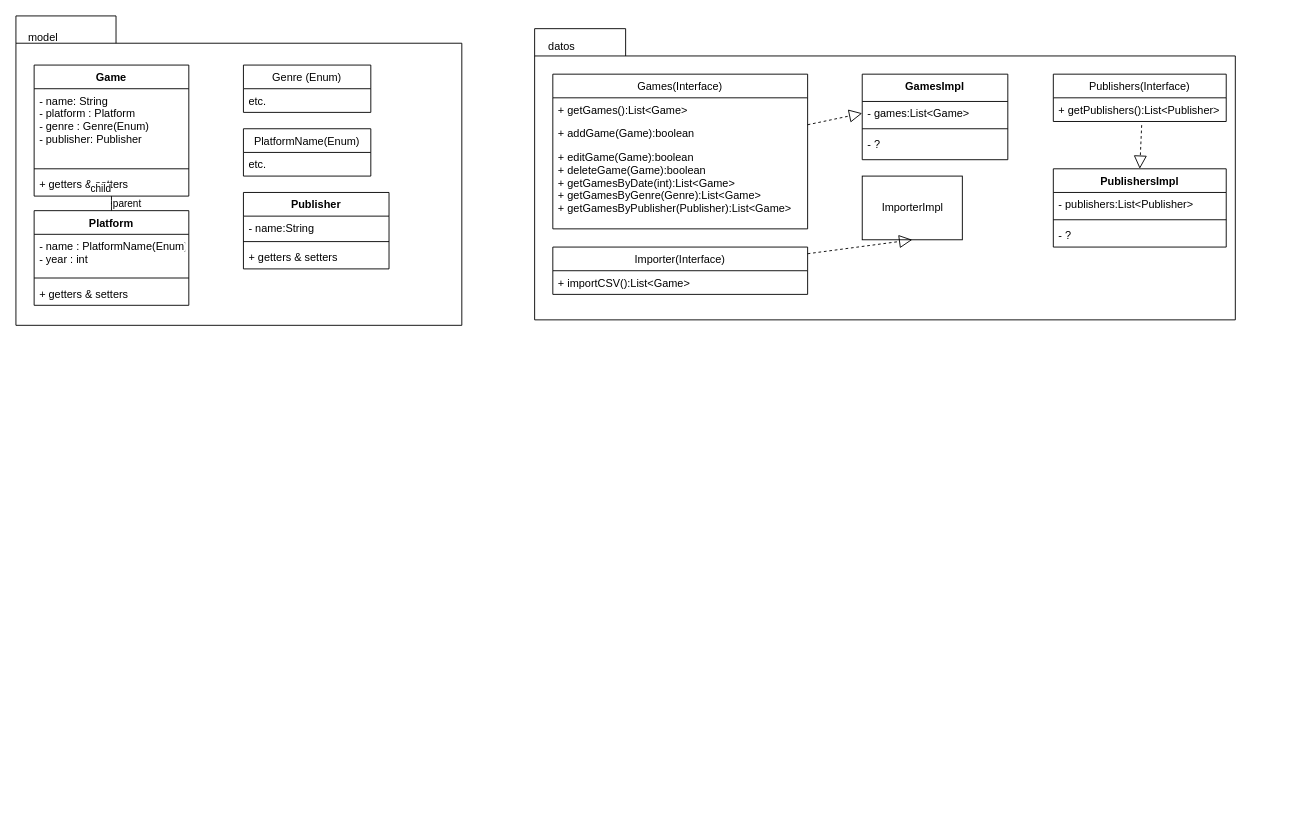
Before: LucaSteam.drawio in jmarqo/jenkinsTest, a draw.io diagram. Source tidied: cells renumbered, new cells numbered last; positions are measured from the earlier drawing's top-left corner, leaving out a move shared by most shapes. Both pictures are drawn from the tidied source at 91%, with x=0, y=0 at pixel (15, 15).
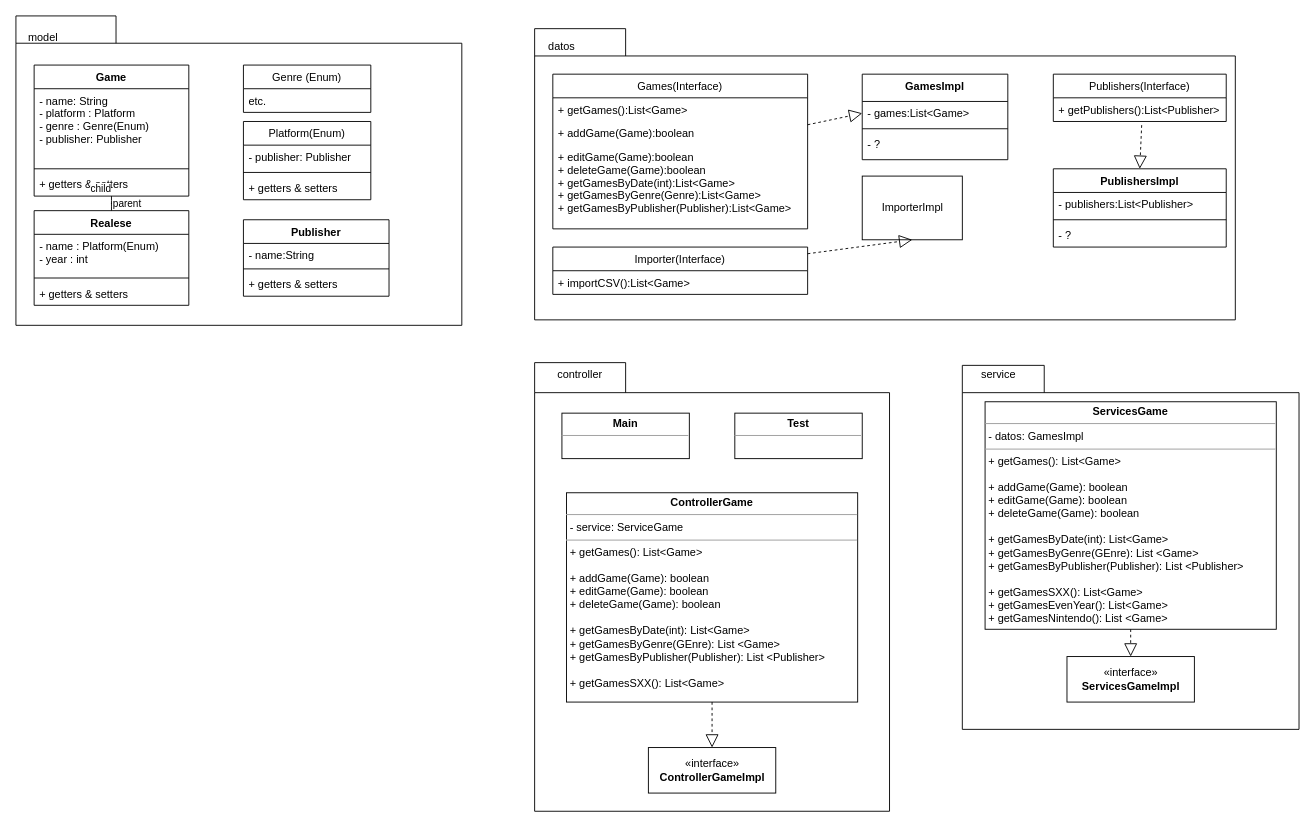
After the change.

Diff of the diagram source:
```diff
@@
-    <mxCell id="8" value="Platform" style="swimlane;fontStyle=1;align=center;verticalAlign=top;horizontal=1;startSize=26;" parent="1" vertex="1">
+    <mxCell id="8" value="Realese" style="swimlane;fontStyle=1;align=center;verticalAlign=top;horizontal=1;startSize=26;" parent="1" vertex="1">
       <mxGeometry x="20" y="214" width="170" height="104" as="geometry" />
     </mxCell>
-    <mxCell id="9" value="- name : PlatformName(Enum)&#10;- year : int" style="text;strokeColor=none;fillColor=none;align=left;verticalAlign=top;spacingLeft=4;spacingRight=4;overflow=hidden;" parent="8" vertex="1">
+    <mxCell id="9" value="- name : Platform(Enum)&#10;- year : int" style="text;strokeColor=none;fillColor=none;align=left;verticalAlign=top;spacingLeft=4;spacingRight=4;overflow=hidden;" parent="8" vertex="1">
       <mxGeometry y="26" width="170" height="44" as="geometry" />
     </mxCell>
@@
-    <mxCell id="14" value="PlatformName(Enum)" style="swimlane;fontStyle=0;horizontal=1;startSize=26;fillColor=none;" parent="1" vertex="1">
-      <mxGeometry x="250" y="124" width="140" height="52" as="geometry" />
+    <mxCell id="14" value="Platform(Enum)" style="swimlane;fontStyle=0;horizontal=1;startSize=26;fillColor=none;" parent="1" vertex="1">
+      <mxGeometry x="250" y="116" width="140" height="86" as="geometry" />
     </mxCell>
-    <mxCell id="15" value="etc." style="text;strokeColor=none;fillColor=none;align=left;verticalAlign=top;spacingLeft=4;spacingRight=4;overflow=hidden;" parent="14" vertex="1">
+    <mxCell id="15" value="- publisher: Publisher" style="text;strokeColor=none;fillColor=none;align=left;verticalAlign=top;spacingLeft=4;spacingRight=4;overflow=hidden;" parent="14" vertex="1">
       <mxGeometry y="26" width="140" height="26" as="geometry" />
     </mxCell>
+    <mxCell id="45" style="line;strokeWidth=1;fillColor=none;align=left;verticalAlign=middle;spacingTop=-1;spacingLeft=3;spacingRight=3;labelPosition=right;" parent="14" vertex="1">
+      <mxGeometry y="52" width="140" height="8" as="geometry" />
+    </mxCell>
+    <mxCell id="46" value="+ getters &amp; setters" style="text;strokeColor=none;fillColor=none;align=left;verticalAlign=top;spacingLeft=4;spacingRight=4;overflow=hidden;" parent="14" vertex="1">
+      <mxGeometry y="60" width="140" height="26" as="geometry" />
+    </mxCell>
@@
     <mxCell id="41" value="Publisher" style="swimlane;fontStyle=1;align=center;verticalAlign=top;horizontal=1;startSize=26;" parent="1" vertex="1">
-      <mxGeometry x="250" y="194" width="160" height="84" as="geometry" />
+      <mxGeometry x="250" y="224" width="160" height="84" as="geometry" />
     </mxCell>
@@
+    <mxCell id="47" style="shape=folder;fontStyle=1;spacingTop=10;tabWidth=100;tabHeight=33;tabPosition=left;html=1;" parent="1" vertex="1">
+      <mxGeometry x="570" y="381" width="390" height="493" as="geometry" />
+    </mxCell>
+    <mxCell id="48" value="controller" style="text;html=1;strokeColor=none;fillColor=none;align=center;verticalAlign=middle;whiteSpace=wrap;rounded=0;" parent="1" vertex="1">
+      <mxGeometry x="600" y="384" width="40" height="20" as="geometry" />
+    </mxCell>
+    <mxCell id="49" value="&lt;p style=&quot;margin: 0px ; margin-top: 4px ; text-align: center&quot;&gt;&lt;b&gt;Main&lt;/b&gt;&lt;/p&gt;&lt;hr size=&quot;1&quot;&gt;&lt;div style=&quot;height: 2px&quot;&gt;&lt;/div&gt;" style="verticalAlign=top;align=left;overflow=fill;fontSize=12;fontFamily=Helvetica;html=1;" parent="1" vertex="1">
+      <mxGeometry x="600" y="436.5" width="140" height="50" as="geometry" />
+    </mxCell>
+    <mxCell id="50" value="&lt;p style=&quot;margin: 0px ; margin-top: 4px ; text-align: center&quot;&gt;&lt;b&gt;Test&lt;/b&gt;&lt;/p&gt;&lt;hr size=&quot;1&quot;&gt;&lt;div style=&quot;height: 2px&quot;&gt;&lt;/div&gt;" style="verticalAlign=top;align=left;overflow=fill;fontSize=12;fontFamily=Helvetica;html=1;" parent="1" vertex="1">
+      <mxGeometry x="790" y="436.5" width="140" height="50" as="geometry" />
+    </mxCell>
+    <mxCell id="51" value="&lt;p style=&quot;margin: 0px ; margin-top: 4px ; text-align: center&quot;&gt;&lt;b&gt;ControllerGame&lt;/b&gt;&lt;/p&gt;&lt;hr size=&quot;1&quot;&gt;&lt;p style=&quot;margin: 0px ; margin-left: 4px&quot;&gt;- service: ServiceGame&lt;/p&gt;&lt;hr size=&quot;1&quot;&gt;&lt;p style=&quot;margin: 0px ; margin-left: 4px&quot;&gt;+ getGames(): List&amp;lt;Game&amp;gt;&lt;/p&gt;&lt;p style=&quot;margin: 0px ; margin-left: 4px&quot;&gt;&lt;br&gt;&lt;/p&gt;&lt;p style=&quot;margin: 0px ; margin-left: 4px&quot;&gt;+ addGame(Game): boolean&lt;/p&gt;&lt;p style=&quot;margin: 0px ; margin-left: 4px&quot;&gt;+ editGame(Game): boolean&lt;/p&gt;&lt;p style=&quot;margin: 0px ; margin-left: 4px&quot;&gt;+ deleteGame(Game): boolean&lt;/p&gt;&lt;p style=&quot;margin: 0px ; margin-left: 4px&quot;&gt;&lt;br&gt;&lt;/p&gt;&lt;p style=&quot;margin: 0px ; margin-left: 4px&quot;&gt;+ getGamesByDate(int): List&amp;lt;Game&amp;gt;&lt;/p&gt;&lt;p style=&quot;margin: 0px ; margin-left: 4px&quot;&gt;+ getGamesByGenre(GEnre): List &amp;lt;Game&amp;gt;&lt;/p&gt;&lt;p style=&quot;margin: 0px ; margin-left: 4px&quot;&gt;+ getGamesByPublisher(Publisher): List &amp;lt;Publisher&amp;gt;&lt;/p&gt;&lt;p style=&quot;margin: 0px ; margin-left: 4px&quot;&gt;&lt;br&gt;&lt;/p&gt;&lt;p style=&quot;margin: 0px ; margin-left: 4px&quot;&gt;+ getGamesSXX(): List&amp;lt;Game&amp;gt;&lt;/p&gt;" style="verticalAlign=top;align=left;overflow=fill;fontSize=12;fontFamily=Helvetica;html=1;" parent="1" vertex="1">
+      <mxGeometry x="605" y="524" width="320" height="230" as="geometry" />
+    </mxCell>
+    <mxCell id="52" style="shape=folder;fontStyle=1;spacingTop=10;tabWidth=90;tabHeight=30;tabPosition=left;html=1;" parent="1" vertex="1">
+      <mxGeometry x="1040" y="384" width="370" height="400" as="geometry" />
+    </mxCell>
+    <mxCell id="53" value="service" style="text;html=1;strokeColor=none;fillColor=none;align=center;verticalAlign=middle;whiteSpace=wrap;rounded=0;" parent="1" vertex="1">
+      <mxGeometry x="1060" y="384" width="40" height="20" as="geometry" />
+    </mxCell>
+    <mxCell id="54" value="&lt;p style=&quot;margin: 0px ; margin-top: 4px ; text-align: center&quot;&gt;&lt;b&gt;ServicesGame&lt;/b&gt;&lt;/p&gt;&lt;hr size=&quot;1&quot;&gt;&lt;p style=&quot;margin: 0px ; margin-left: 4px&quot;&gt;- datos: GamesImpl&lt;/p&gt;&lt;hr size=&quot;1&quot;&gt;&lt;p style=&quot;margin: 0px ; margin-left: 4px&quot;&gt;+ getGames(): List&amp;lt;Game&amp;gt;&lt;/p&gt;&lt;p style=&quot;margin: 0px ; margin-left: 4px&quot;&gt;&lt;br&gt;&lt;/p&gt;&lt;p style=&quot;margin: 0px ; margin-left: 4px&quot;&gt;+ addGame(Game): boolean&lt;/p&gt;&lt;p style=&quot;margin: 0px ; margin-left: 4px&quot;&gt;+ editGame(Game): boolean&lt;/p&gt;&lt;p style=&quot;margin: 0px ; margin-left: 4px&quot;&gt;+ deleteGame(Game): boolean&lt;/p&gt;&lt;p style=&quot;margin: 0px ; margin-left: 4px&quot;&gt;&lt;br&gt;&lt;/p&gt;&lt;p style=&quot;margin: 0px ; margin-left: 4px&quot;&gt;+ getGamesByDate(int): List&amp;lt;Game&amp;gt;&lt;/p&gt;&lt;p style=&quot;margin: 0px ; margin-left: 4px&quot;&gt;+ getGamesByGenre(GEnre): List &amp;lt;Game&amp;gt;&lt;/p&gt;&lt;p style=&quot;margin: 0px ; margin-left: 4px&quot;&gt;+ getGamesByPublisher(Publisher): List &amp;lt;Publisher&amp;gt;&lt;/p&gt;&lt;p style=&quot;margin: 0px ; margin-left: 4px&quot;&gt;&lt;br&gt;&lt;/p&gt;&lt;p style=&quot;margin: 0px ; margin-left: 4px&quot;&gt;+ getGamesSXX(): List&amp;lt;Game&amp;gt;&lt;/p&gt;&lt;p style=&quot;margin: 0px ; margin-left: 4px&quot;&gt;+ getGamesEvenYear(): List&amp;lt;Game&amp;gt;&lt;/p&gt;&lt;p style=&quot;margin: 0px ; margin-left: 4px&quot;&gt;+ getGamesNintendo(): List &amp;lt;Game&amp;gt;&lt;/p&gt;" style="verticalAlign=top;align=left;overflow=fill;fontSize=12;fontFamily=Helvetica;html=1;" parent="1" vertex="1">
+      <mxGeometry x="1065" y="424" width="320" height="250" as="geometry" />
+    </mxCell>
+    <mxCell id="55" value="«interface»&lt;br&gt;&lt;b&gt;ServicesGameImpl&lt;/b&gt;" style="html=1;" parent="1" vertex="1">
+      <mxGeometry x="1155" y="704" width="140" height="50" as="geometry" />
+    </mxCell>
+    <mxCell id="56" style="endArrow=block;dashed=1;endFill=0;endSize=12;html=1;" parent="1" edge="1" source="54" target="55">
+      <mxGeometry relative="1" as="geometry" />
+    </mxCell>
+    <mxCell id="57" value="«interface»&lt;br&gt;&lt;b&gt;ControllerGameImpl&lt;/b&gt;" style="html=1;" parent="1" vertex="1">
+      <mxGeometry x="695" y="804" width="140" height="50" as="geometry" />
+    </mxCell>
+    <mxCell id="58" style="endArrow=block;dashed=1;endFill=0;endSize=12;html=1;" parent="1" edge="1" source="51" target="57">
+      <mxGeometry relative="1" as="geometry" />
+    </mxCell>
```
